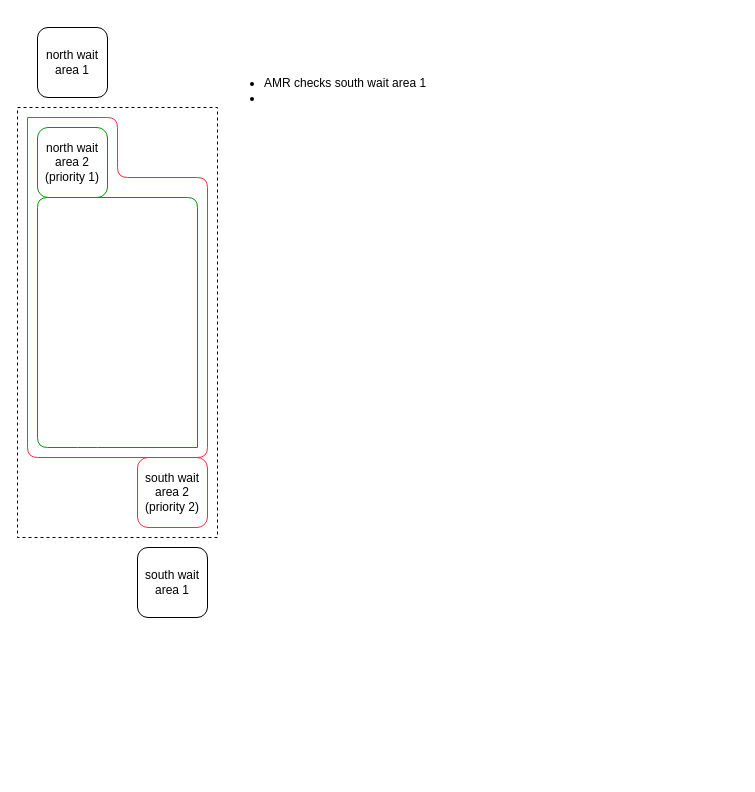
This is virtual_occupancy.drawio from sdswoops824/myrepo, a draw.io file, before an edit. Source tidied: cells renumbered, new cells numbered last; positions are measured from the earlier drawing's top-left corner, leaving out a move shared by most shapes. Both pictures are drawn from the tidied source at 100%, with x=0, y=0 at pixel (17, 27).
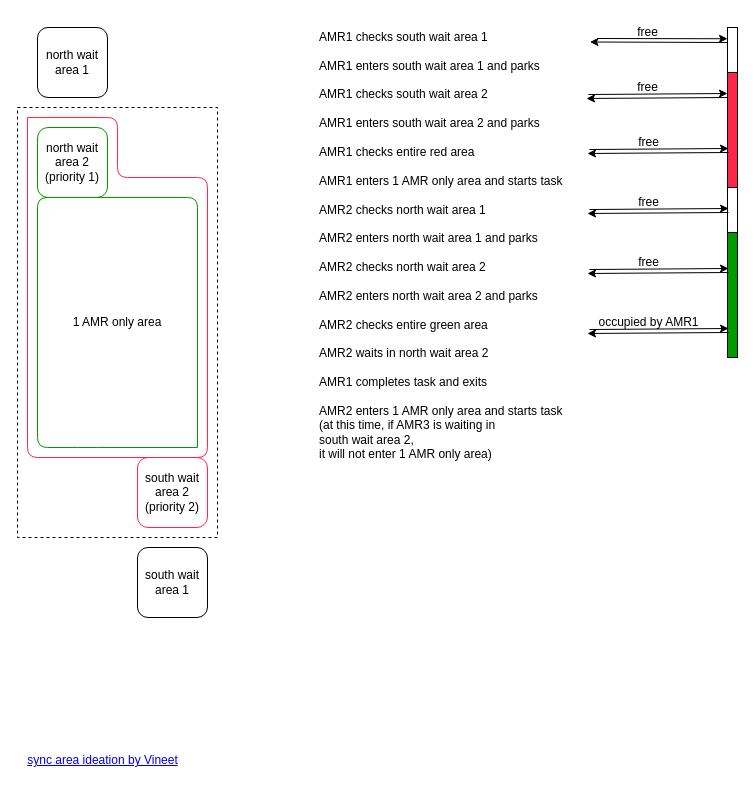
The same page after the edit.

The edit, as a diff of the source:
```diff
@@
-    <mxCell id="2" style="rounded=0;whiteSpace=wrap;html=1;dashed=1;fillColor=none;" parent="1" vertex="1">
+    <mxCell id="2" value="1 AMR only area" style="rounded=0;whiteSpace=wrap;html=1;dashed=1;fillColor=none;" parent="1" vertex="1">
       <mxGeometry y="80" width="200" height="430" as="geometry" />
     </mxCell>
@@
-    <mxCell id="9" value="&lt;ul&gt;&lt;li&gt;AMR checks south wait area 1&lt;/li&gt;&lt;li&gt;&lt;br&gt;&lt;/li&gt;&lt;/ul&gt;" style="text;html=1;align=left;verticalAlign=middle;points=[];strokeColor=none;fillColor=none;" parent="1" vertex="1">
-      <mxGeometry x="205" y="28" width="230" height="70" as="geometry" />
+    <mxCell id="9" value="&lt;span style=&quot;background-color: initial;&quot;&gt;AMR1 checks south wait area 1&lt;/span&gt;&lt;div&gt;&lt;span style=&quot;background-color: initial;&quot;&gt;&lt;br&gt;&lt;/span&gt;&lt;/div&gt;&lt;div&gt;&lt;span style=&quot;background-color: initial;&quot;&gt;AMR1 enters south wait area 1 and parks&lt;/span&gt;&lt;/div&gt;&lt;div&gt;&lt;span style=&quot;background-color: initial;&quot;&gt;&lt;br&gt;&lt;/span&gt;&lt;/div&gt;&lt;div&gt;&lt;span style=&quot;background-color: initial;&quot;&gt;AMR1 checks south wait area 2&lt;/span&gt;&lt;/div&gt;&lt;div&gt;&lt;span style=&quot;background-color: initial;&quot;&gt;&lt;br&gt;&lt;/span&gt;&lt;/div&gt;&lt;div&gt;&lt;span style=&quot;background-color: initial;&quot;&gt;AMR1 enters south wait area 2 and parks&lt;/span&gt;&lt;/div&gt;&lt;div&gt;&lt;span style=&quot;background-color: initial;&quot;&gt;&lt;br&gt;&lt;/span&gt;&lt;/div&gt;&lt;div&gt;&lt;span style=&quot;background-color: initial;&quot;&gt;AMR1 checks entire red area&lt;/span&gt;&lt;/div&gt;&lt;div&gt;&lt;br&gt;&lt;/div&gt;&lt;div&gt;AMR1 enters 1 AMR only area and starts task&lt;/div&gt;&lt;div&gt;&lt;br&gt;&lt;/div&gt;&lt;div&gt;AMR2 checks north wait area 1&lt;/div&gt;&lt;div&gt;&lt;br&gt;&lt;/div&gt;&lt;div&gt;AMR2 enters north wait area 1 and parks&lt;/div&gt;&lt;div&gt;&lt;br&gt;&lt;/div&gt;&lt;div&gt;AMR2 checks north wait area 2&lt;/div&gt;&lt;div&gt;&lt;br&gt;&lt;/div&gt;&lt;div&gt;AMR2 enters north wait area 2 and parks&lt;/div&gt;&lt;div&gt;&lt;br&gt;&lt;/div&gt;&lt;div&gt;AMR2 checks entire green area&lt;/div&gt;&lt;div&gt;&lt;br&gt;&lt;/div&gt;&lt;div&gt;AMR2 waits in north wait area 2&lt;/div&gt;&lt;div&gt;&lt;br&gt;&lt;/div&gt;&lt;div&gt;AMR1 completes task and exits&lt;/div&gt;&lt;div&gt;&lt;br&gt;&lt;/div&gt;&lt;div&gt;AMR2 enters 1 AMR only area and starts task&amp;nbsp;&lt;/div&gt;&lt;div&gt;(at this time, if AMR3 is waiting in&amp;nbsp;&lt;/div&gt;&lt;div&gt;south wait area 2,&amp;nbsp;&lt;/div&gt;&lt;div&gt;it will not enter 1 AMR only area)&lt;/div&gt;&lt;div&gt;&lt;br&gt;&lt;/div&gt;&lt;div&gt;&lt;br&gt;&lt;/div&gt;&lt;div&gt;&lt;br&gt;&lt;/div&gt;&lt;div&gt;&lt;br&gt;&lt;/div&gt;" style="text;html=1;align=left;verticalAlign=middle;points=[];strokeColor=none;fillColor=none;" parent="1" vertex="1">
+      <mxGeometry x="300" y="-3" width="270" height="500" as="geometry" />
     </mxCell>
+    <mxCell id="10" style="rounded=0;whiteSpace=wrap;html=1;fillColor=#009900;" parent="1" vertex="1">
+      <mxGeometry x="710" y="205" width="10" height="125" as="geometry" />
+    </mxCell>
+    <mxCell id="11" style="rounded=0;whiteSpace=wrap;html=1;fillColor=#FF264A;" parent="1" vertex="1">
+      <mxGeometry x="710" y="45" width="10" height="115" as="geometry" />
+    </mxCell>
+    <mxCell id="12" style="rounded=0;whiteSpace=wrap;html=1;fillColor=none;" parent="1" vertex="1">
+      <mxGeometry x="710" width="10" height="45" as="geometry" />
+    </mxCell>
+    <mxCell id="13" value="&lt;a href=&quot;https://www.notion.so/lexxpluss/Sync_area-Single-State-Proposal-c39749b1d3fc4debb3eda081b064af33?d=7d11b36a564a4e93833d14db740347ef#2b17e804460840d78477e5570715381a&quot;&gt;sync area ideation by Vineet&lt;/a&gt;" style="text;html=1;align=center;verticalAlign=middle;strokeColor=none;fillColor=none;" parent="1" vertex="1">
+      <mxGeometry y="718" width="170" height="30" as="geometry" />
+    </mxCell>
+    <mxCell id="14" style="endArrow=classic;html=1;rounded=0;entryX=0;entryY=0.25;entryDx=0;entryDy=0;" parent="1" edge="1" target="12">
+      <mxGeometry relative="1" as="geometry">
+        <mxPoint x="580" y="11" as="sourcePoint" />
+      </mxGeometry>
+    </mxCell>
+    <mxCell id="15" style="endArrow=classic;html=1;rounded=0;entryX=1.009;entryY=0.035;entryDx=0;entryDy=0;entryPerimeter=0;" parent="1" edge="1" target="9">
+      <mxGeometry relative="1" as="geometry">
+        <mxPoint x="710" y="15" as="sourcePoint" />
+      </mxGeometry>
+    </mxCell>
+    <mxCell id="16" value="free" style="text;html=1;align=center;verticalAlign=middle;strokeColor=none;fillColor=none;" parent="1" vertex="1">
+      <mxGeometry x="610" y="-10" width="40" height="30" as="geometry" />
+    </mxCell>
+    <mxCell id="17" value="free" style="text;html=1;align=center;verticalAlign=middle;strokeColor=none;fillColor=none;" parent="1" vertex="1">
+      <mxGeometry x="610" y="45" width="40" height="30" as="geometry" />
+    </mxCell>
+    <mxCell id="18" style="endArrow=classic;html=1;rounded=0;entryX=0.996;entryY=0.038;entryDx=0;entryDy=0;entryPerimeter=0;" parent="1" edge="1">
+      <mxGeometry relative="1" as="geometry">
+        <mxPoint x="710" y="70" as="sourcePoint" />
+        <mxPoint x="569" y="71" as="targetPoint" />
+      </mxGeometry>
+    </mxCell>
+    <mxCell id="19" style="endArrow=classic;html=1;rounded=0;exitX=1.002;exitY=0.033;exitDx=0;exitDy=0;exitPerimeter=0;entryX=0;entryY=0.25;entryDx=0;entryDy=0;" parent="1" edge="1">
+      <mxGeometry relative="1" as="geometry">
+        <mxPoint x="571" y="67" as="sourcePoint" />
+        <mxPoint x="710" y="66" as="targetPoint" />
+      </mxGeometry>
+    </mxCell>
+    <mxCell id="20" style="endArrow=classic;html=1;rounded=0;entryX=0.996;entryY=0.038;entryDx=0;entryDy=0;entryPerimeter=0;" parent="1" edge="1">
+      <mxGeometry relative="1" as="geometry">
+        <mxPoint x="711" y="125" as="sourcePoint" />
+        <mxPoint x="570" y="126" as="targetPoint" />
+      </mxGeometry>
+    </mxCell>
+    <mxCell id="21" style="endArrow=classic;html=1;rounded=0;exitX=1.002;exitY=0.033;exitDx=0;exitDy=0;exitPerimeter=0;entryX=0;entryY=0.25;entryDx=0;entryDy=0;" parent="1" edge="1">
+      <mxGeometry relative="1" as="geometry">
+        <mxPoint x="572" y="122" as="sourcePoint" />
+        <mxPoint x="711" y="121" as="targetPoint" />
+      </mxGeometry>
+    </mxCell>
+    <mxCell id="22" value="free" style="text;html=1;align=center;verticalAlign=middle;strokeColor=none;fillColor=none;" parent="1" vertex="1">
+      <mxGeometry x="611" y="100" width="40" height="30" as="geometry" />
+    </mxCell>
+    <mxCell id="23" style="rounded=0;whiteSpace=wrap;html=1;fillColor=none;" parent="1" vertex="1">
+      <mxGeometry x="710" y="160" width="10" height="45" as="geometry" />
+    </mxCell>
+    <mxCell id="24" value="free" style="text;html=1;align=center;verticalAlign=middle;strokeColor=none;fillColor=none;" parent="1" vertex="1">
+      <mxGeometry x="611" y="160" width="40" height="30" as="geometry" />
+    </mxCell>
+    <mxCell id="25" style="endArrow=classic;html=1;rounded=0;exitX=1.002;exitY=0.033;exitDx=0;exitDy=0;exitPerimeter=0;entryX=0;entryY=0.25;entryDx=0;entryDy=0;" parent="1" edge="1">
+      <mxGeometry relative="1" as="geometry">
+        <mxPoint x="572" y="182" as="sourcePoint" />
+        <mxPoint x="711" y="181" as="targetPoint" />
+      </mxGeometry>
+    </mxCell>
+    <mxCell id="26" style="endArrow=classic;html=1;rounded=0;entryX=0.996;entryY=0.038;entryDx=0;entryDy=0;entryPerimeter=0;" parent="1" edge="1">
+      <mxGeometry relative="1" as="geometry">
+        <mxPoint x="711" y="185" as="sourcePoint" />
+        <mxPoint x="570" y="186" as="targetPoint" />
+      </mxGeometry>
+    </mxCell>
+    <mxCell id="27" value="free" style="text;html=1;align=center;verticalAlign=middle;strokeColor=none;fillColor=none;" parent="1" vertex="1">
+      <mxGeometry x="611" y="220" width="40" height="30" as="geometry" />
+    </mxCell>
+    <mxCell id="28" style="endArrow=classic;html=1;rounded=0;exitX=1.002;exitY=0.033;exitDx=0;exitDy=0;exitPerimeter=0;entryX=0;entryY=0.25;entryDx=0;entryDy=0;" parent="1" edge="1">
+      <mxGeometry relative="1" as="geometry">
+        <mxPoint x="572" y="242" as="sourcePoint" />
+        <mxPoint x="711" y="241" as="targetPoint" />
+      </mxGeometry>
+    </mxCell>
+    <mxCell id="29" style="endArrow=classic;html=1;rounded=0;entryX=0.996;entryY=0.038;entryDx=0;entryDy=0;entryPerimeter=0;" parent="1" edge="1">
+      <mxGeometry relative="1" as="geometry">
+        <mxPoint x="711" y="245" as="sourcePoint" />
+        <mxPoint x="570" y="246" as="targetPoint" />
+      </mxGeometry>
+    </mxCell>
+    <mxCell id="30" value="occupied by AMR1" style="text;html=1;align=center;verticalAlign=middle;strokeColor=none;fillColor=none;" parent="1" vertex="1">
+      <mxGeometry x="571" y="280" width="120" height="30" as="geometry" />
+    </mxCell>
+    <mxCell id="31" style="endArrow=classic;html=1;rounded=0;exitX=1.002;exitY=0.033;exitDx=0;exitDy=0;exitPerimeter=0;entryX=0;entryY=0.25;entryDx=0;entryDy=0;" parent="1" edge="1">
+      <mxGeometry relative="1" as="geometry">
+        <mxPoint x="572" y="302" as="sourcePoint" />
+        <mxPoint x="711" y="301" as="targetPoint" />
+      </mxGeometry>
+    </mxCell>
+    <mxCell id="32" style="endArrow=classic;html=1;rounded=0;entryX=0.996;entryY=0.038;entryDx=0;entryDy=0;entryPerimeter=0;" parent="1" edge="1">
+      <mxGeometry relative="1" as="geometry">
+        <mxPoint x="711" y="305" as="sourcePoint" />
+        <mxPoint x="570" y="306" as="targetPoint" />
+      </mxGeometry>
+    </mxCell>
```
